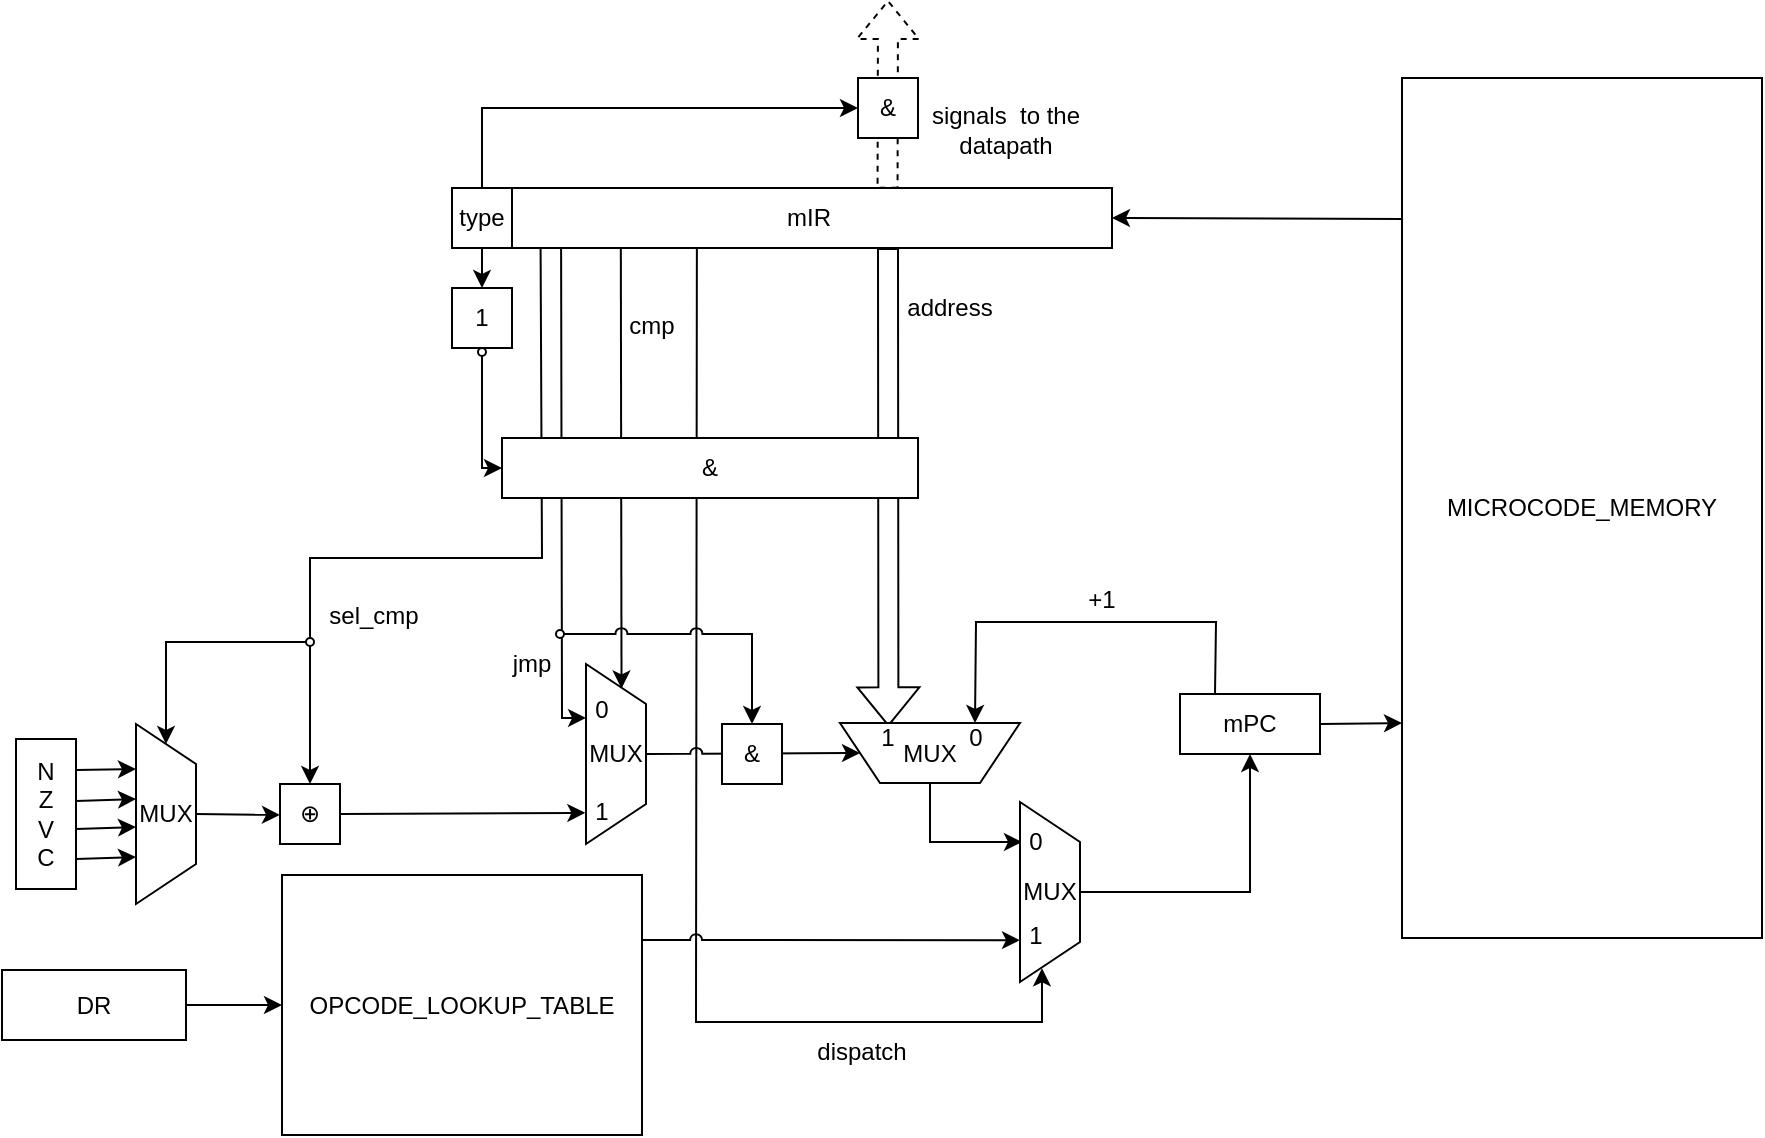
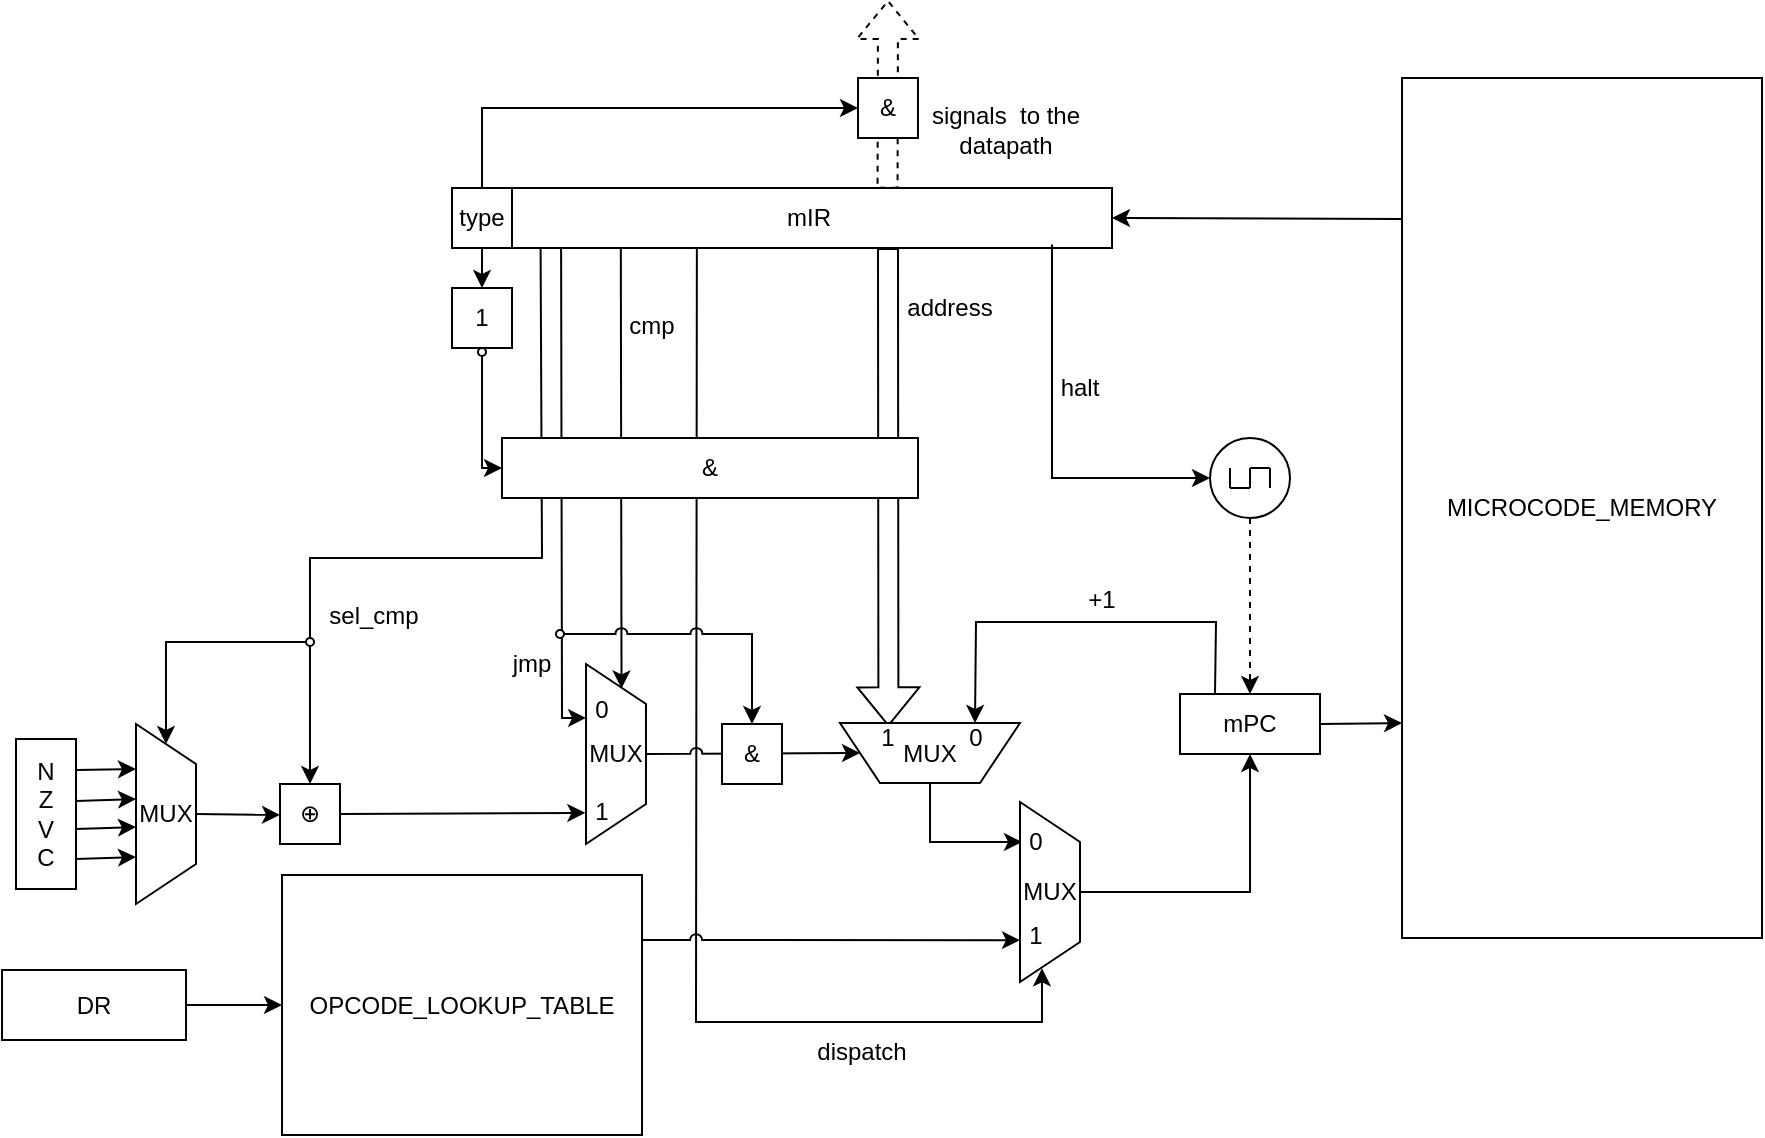
<mxfile host="Electron" agent="Mozilla/5.0 (X11; Linux x86_64) AppleWebKit/537.36 (KHTML, like Gecko) Chrome/136.0.0.0 Safari/537.36">
  <diagram name="Страница — 1" id="IUHHUsOvhiQDS1XtrzDv">
-     <mxGraphModel dx="2683" dy="2284" grid="1" gridSize="10" guides="1" tooltips="1" connect="1" arrows="1" fold="1" page="1" pageScale="1" pageWidth="827" pageHeight="1169" math="0" shadow="0">
+     <mxGraphModel dx="1898" dy="1812" grid="1" gridSize="10" guides="1" tooltips="1" connect="1" arrows="1" fold="1" page="1" pageScale="1" pageWidth="827" pageHeight="1169" math="0" shadow="0">
      <root>
        <mxCell id="0" />
        <mxCell id="1" parent="0" />
        <mxCell id="UMDEijwKjBP0KrCOsV-c-69" edge="1" parent="1" style="endArrow=classic;html=1;rounded=0;entryX=0.102;entryY=0.649;entryDx=0;entryDy=0;entryPerimeter=0;exitX=0.137;exitY=1.015;exitDx=0;exitDy=0;exitPerimeter=0;" target="UMDEijwKjBP0KrCOsV-c-86" value="">
          <mxGeometry height="50" relative="1" width="50" as="geometry">
            <Array as="points">
              <mxPoint x="80" y="-750" />
            </Array>
            <mxPoint x="79.55236999999966" y="-984.5500000000001" as="sourcePoint" />
            <mxPoint x="84" y="-864.5" as="targetPoint" />
          </mxGeometry>
        </mxCell>
        <mxCell id="UMDEijwKjBP0KrCOsV-c-75" edge="1" parent="1" source="UMDEijwKjBP0KrCOsV-c-3" style="endArrow=classic;html=1;rounded=0;exitX=0.315;exitY=0.965;exitDx=0;exitDy=0;exitPerimeter=0;entryX=0.649;entryY=1.038;entryDx=0;entryDy=0;entryPerimeter=0;" target="UMDEijwKjBP0KrCOsV-c-89" value="">
          <mxGeometry height="50" relative="1" width="50" as="geometry">
            <Array as="points">
              <mxPoint x="147" y="-598" />
              <mxPoint x="320" y="-598" />
            </Array>
            <mxPoint x="146.98329999999987" y="-803" as="sourcePoint" />
            <mxPoint x="322.0000000000002" y="-559.08" as="targetPoint" />
          </mxGeometry>
        </mxCell>
        <mxCell id="UMDEijwKjBP0KrCOsV-c-66" edge="1" parent="1" style="endArrow=classic;html=1;rounded=0;exitX=0.091;exitY=1.013;exitDx=0;exitDy=0;exitPerimeter=0;entryX=0.5;entryY=0;entryDx=0;entryDy=0;movable=1;resizable=1;rotatable=1;deletable=1;editable=1;locked=0;connectable=1;" target="UMDEijwKjBP0KrCOsV-c-55" value="">
          <mxGeometry height="50" relative="1" width="50" as="geometry">
            <Array as="points">
              <mxPoint x="70" y="-830" />
              <mxPoint x="-46" y="-830" />
            </Array>
            <mxPoint x="69.29390999999987" y="-984.61" as="sourcePoint" />
            <mxPoint x="119" y="-910" as="targetPoint" />
          </mxGeometry>
        </mxCell>
        <mxCell id="UMDEijwKjBP0KrCOsV-c-38" edge="1" parent="1" style="endArrow=classic;html=1;rounded=0;exitX=0.105;exitY=0.998;exitDx=0;exitDy=0;exitPerimeter=0;entryX=0.136;entryY=0.408;entryDx=0;entryDy=0;entryPerimeter=0;" target="UMDEijwKjBP0KrCOsV-c-52" value="">
          <mxGeometry height="50" relative="1" width="50" as="geometry">
            <mxPoint x="109.41604999999981" y="-985.06" as="sourcePoint" />
            <mxPoint x="109" y="-890" as="targetPoint" />
          </mxGeometry>
        </mxCell>
        <mxCell id="UMDEijwKjBP0KrCOsV-c-1" parent="1" style="whiteSpace=wrap;html=1;" value="mPC" vertex="1">
          <mxGeometry height="30" width="70" x="389" y="-762" as="geometry" />
        </mxCell>
        <mxCell id="UMDEijwKjBP0KrCOsV-c-2" parent="1" style="rounded=0;whiteSpace=wrap;html=1;" value="MICROCODE_MEMORY" vertex="1">
          <mxGeometry height="430" width="180" x="500" y="-1070" as="geometry" />
        </mxCell>
        <mxCell id="UMDEijwKjBP0KrCOsV-c-3" parent="1" style="whiteSpace=wrap;html=1;" value="mIR" vertex="1">
          <mxGeometry height="30" width="303.01" x="51.99" y="-1015" as="geometry" />
        </mxCell>
        <mxCell id="UMDEijwKjBP0KrCOsV-c-4" edge="1" parent="1" source="UMDEijwKjBP0KrCOsV-c-2" style="endArrow=classic;html=1;rounded=0;exitX=0.003;exitY=0.164;exitDx=0;exitDy=0;entryX=1;entryY=0.5;entryDx=0;entryDy=0;exitPerimeter=0;" target="UMDEijwKjBP0KrCOsV-c-3" value="">
          <mxGeometry height="50" relative="1" width="50" as="geometry">
            <mxPoint x="410" y="-950" as="sourcePoint" />
            <mxPoint x="460" y="-1000" as="targetPoint" />
          </mxGeometry>
        </mxCell>
        <mxCell id="UMDEijwKjBP0KrCOsV-c-5" edge="1" parent="1" source="UMDEijwKjBP0KrCOsV-c-1" style="endArrow=classic;html=1;rounded=0;exitX=1;exitY=0.5;exitDx=0;exitDy=0;entryX=0;entryY=0.75;entryDx=0;entryDy=0;" target="UMDEijwKjBP0KrCOsV-c-2" value="">
          <mxGeometry height="50" relative="1" width="50" as="geometry">
            <mxPoint x="350" y="-840" as="sourcePoint" />
            <mxPoint x="400" y="-890" as="targetPoint" />
          </mxGeometry>
        </mxCell>
        <mxCell id="UMDEijwKjBP0KrCOsV-c-7" edge="1" parent="1" style="shape=flexArrow;endArrow=classic;html=1;rounded=0;exitX=0.842;exitY=0.011;exitDx=0;exitDy=0;dashed=1;exitPerimeter=0;" value="">
          <mxGeometry height="50" relative="1" width="50" as="geometry">
            <mxPoint x="242.7744200000002" y="-1014.6700000000001" as="sourcePoint" />
            <mxPoint x="243" y="-1109" as="targetPoint" />
          </mxGeometry>
        </mxCell>
        <mxCell id="UMDEijwKjBP0KrCOsV-c-8" parent="1" style="text;html=1;whiteSpace=wrap;strokeColor=none;fillColor=none;align=center;verticalAlign=middle;rounded=0;" value="signals&amp;nbsp; to the datapath" vertex="1">
          <mxGeometry height="30" width="106" x="249" y="-1059" as="geometry" />
        </mxCell>
        <mxCell id="UMDEijwKjBP0KrCOsV-c-21" parent="1" style="whiteSpace=wrap;html=1;" value="type" vertex="1">
          <mxGeometry height="30" width="30" x="25" y="-1015" as="geometry" />
        </mxCell>
        <mxCell id="UMDEijwKjBP0KrCOsV-c-22" edge="1" parent="1" source="UMDEijwKjBP0KrCOsV-c-21" style="endArrow=classic;html=1;rounded=0;exitX=0.5;exitY=1;exitDx=0;exitDy=0;entryX=0.5;entryY=0;entryDx=0;entryDy=0;" target="UMDEijwKjBP0KrCOsV-c-28" value="">
          <mxGeometry height="50" relative="1" width="50" as="geometry">
            <mxPoint x="-42" y="-985" as="sourcePoint" />
            <mxPoint x="40" y="-950" as="targetPoint" />
          </mxGeometry>
        </mxCell>
        <mxCell id="UMDEijwKjBP0KrCOsV-c-24" parent="1" style="whiteSpace=wrap;html=1;" value="&amp;amp;" vertex="1">
          <mxGeometry height="30" width="30" x="228" y="-1070" as="geometry" />
        </mxCell>
        <mxCell id="UMDEijwKjBP0KrCOsV-c-25" edge="1" parent="1" source="UMDEijwKjBP0KrCOsV-c-21" style="endArrow=classic;html=1;rounded=0;exitX=0.5;exitY=0;exitDx=0;exitDy=0;entryX=0;entryY=0.5;entryDx=0;entryDy=0;" target="UMDEijwKjBP0KrCOsV-c-24" value="">
          <mxGeometry height="50" relative="1" width="50" as="geometry">
            <Array as="points">
              <mxPoint x="40" y="-1055" />
            </Array>
            <mxPoint x="260" y="-1030" as="sourcePoint" />
            <mxPoint x="260" y="-985" as="targetPoint" />
          </mxGeometry>
        </mxCell>
        <mxCell id="UMDEijwKjBP0KrCOsV-c-30" connectable="0" parent="1" style="group" value="" vertex="1">
          <mxGeometry height="34" width="30" x="25" y="-965" as="geometry" />
        </mxCell>
        <mxCell id="UMDEijwKjBP0KrCOsV-c-28" parent="UMDEijwKjBP0KrCOsV-c-30" style="whiteSpace=wrap;html=1;" value="1" vertex="1">
          <mxGeometry height="30" width="30" as="geometry" />
        </mxCell>
        <mxCell id="UMDEijwKjBP0KrCOsV-c-29" parent="UMDEijwKjBP0KrCOsV-c-30" style="ellipse;whiteSpace=wrap;html=1;aspect=fixed;fillColor=none;" value="" vertex="1">
          <mxGeometry height="4" width="4" x="13" y="30" as="geometry" />
        </mxCell>
        <mxCell id="UMDEijwKjBP0KrCOsV-c-32" parent="1" style="rounded=0;whiteSpace=wrap;html=1;direction=south;" value="N&lt;br&gt;Z&lt;br&gt;V&lt;br&gt;C" vertex="1">
          <mxGeometry height="75" width="30" x="-193" y="-739.5" as="geometry" />
        </mxCell>
        <mxCell id="UMDEijwKjBP0KrCOsV-c-35" edge="1" parent="1" style="shape=flexArrow;endArrow=classic;html=1;rounded=0;entryX=0.731;entryY=0.944;entryDx=0;entryDy=0;entryPerimeter=0;" target="UMDEijwKjBP0KrCOsV-c-46" value="">
          <mxGeometry height="50" relative="1" width="50" as="geometry">
            <mxPoint x="243" y="-985" as="sourcePoint" />
            <mxPoint x="243" y="-860" as="targetPoint" />
          </mxGeometry>
        </mxCell>
        <mxCell id="UMDEijwKjBP0KrCOsV-c-26" parent="1" style="whiteSpace=wrap;html=1;" value="&amp;amp;" vertex="1">
          <mxGeometry height="30" width="208.01" x="50" y="-890" as="geometry" />
        </mxCell>
        <mxCell id="UMDEijwKjBP0KrCOsV-c-40" parent="1" style="shape=trapezoid;perimeter=trapezoidPerimeter;whiteSpace=wrap;html=1;fixedSize=1;direction=east;rotation=90;horizontal=0;" value="MUX" vertex="1">
          <mxGeometry height="30" width="90" x="-163" y="-717" as="geometry" />
        </mxCell>
        <mxCell id="UMDEijwKjBP0KrCOsV-c-41" edge="1" parent="1" source="UMDEijwKjBP0KrCOsV-c-32" style="endArrow=classic;html=1;rounded=0;exitX=0.207;exitY=-0.001;exitDx=0;exitDy=0;exitPerimeter=0;entryX=0.25;entryY=1;entryDx=0;entryDy=0;" target="UMDEijwKjBP0KrCOsV-c-40" value="">
          <mxGeometry height="50" relative="1" width="50" as="geometry">
            <mxPoint x="-23" y="-589.5" as="sourcePoint" />
            <mxPoint x="27" y="-639.5" as="targetPoint" />
          </mxGeometry>
        </mxCell>
        <mxCell id="UMDEijwKjBP0KrCOsV-c-42" edge="1" parent="1" style="endArrow=classic;html=1;rounded=0;exitX=0.207;exitY=-0.001;exitDx=0;exitDy=0;exitPerimeter=0;entryX=0.25;entryY=1;entryDx=0;entryDy=0;" value="">
          <mxGeometry height="50" relative="1" width="50" as="geometry">
            <mxPoint x="-163" y="-708.5" as="sourcePoint" />
            <mxPoint x="-133" y="-709.5" as="targetPoint" />
          </mxGeometry>
        </mxCell>
        <mxCell id="UMDEijwKjBP0KrCOsV-c-43" edge="1" parent="1" style="endArrow=classic;html=1;rounded=0;exitX=0.207;exitY=-0.001;exitDx=0;exitDy=0;exitPerimeter=0;entryX=0.25;entryY=1;entryDx=0;entryDy=0;" value="">
          <mxGeometry height="50" relative="1" width="50" as="geometry">
            <mxPoint x="-163" y="-694.5" as="sourcePoint" />
            <mxPoint x="-133" y="-695.5" as="targetPoint" />
          </mxGeometry>
        </mxCell>
        <mxCell id="UMDEijwKjBP0KrCOsV-c-44" edge="1" parent="1" style="endArrow=classic;html=1;rounded=0;exitX=0.207;exitY=-0.001;exitDx=0;exitDy=0;exitPerimeter=0;entryX=0.25;entryY=1;entryDx=0;entryDy=0;" value="">
          <mxGeometry height="50" relative="1" width="50" as="geometry">
            <mxPoint x="-163" y="-679.5" as="sourcePoint" />
            <mxPoint x="-133" y="-680.5" as="targetPoint" />
          </mxGeometry>
        </mxCell>
        <mxCell id="UMDEijwKjBP0KrCOsV-c-45" edge="1" parent="1" source="UMDEijwKjBP0KrCOsV-c-40" style="endArrow=classic;html=1;rounded=0;exitX=0.5;exitY=0;exitDx=0;exitDy=0;" value="">
          <mxGeometry height="50" relative="1" width="50" as="geometry">
            <mxPoint x="-41" y="-697.5" as="sourcePoint" />
            <mxPoint x="-61" y="-701.5" as="targetPoint" />
          </mxGeometry>
        </mxCell>
        <mxCell id="UMDEijwKjBP0KrCOsV-c-46" parent="1" style="shape=trapezoid;perimeter=trapezoidPerimeter;whiteSpace=wrap;html=1;fixedSize=1;direction=south;rotation=90;horizontal=0;" value="MUX" vertex="1">
          <mxGeometry height="90" width="30" x="249" y="-777.5" as="geometry" />
        </mxCell>
        <mxCell id="UMDEijwKjBP0KrCOsV-c-48" edge="1" parent="1" source="UMDEijwKjBP0KrCOsV-c-1" style="endArrow=classic;html=1;rounded=0;entryX=0.25;entryY=1;entryDx=0;entryDy=0;exitX=0.25;exitY=0;exitDx=0;exitDy=0;" target="UMDEijwKjBP0KrCOsV-c-46" value="">
          <mxGeometry height="50" relative="1" width="50" as="geometry">
            <Array as="points">
              <mxPoint x="407" y="-798" />
              <mxPoint x="287" y="-798" />
            </Array>
            <mxPoint x="287" y="-788" as="sourcePoint" />
            <mxPoint x="280" y="-788" as="targetPoint" />
          </mxGeometry>
        </mxCell>
        <mxCell id="UMDEijwKjBP0KrCOsV-c-50" parent="1" style="text;html=1;whiteSpace=wrap;strokeColor=none;fillColor=none;align=center;verticalAlign=middle;rounded=0;" value="+1" vertex="1">
          <mxGeometry height="30" width="60" x="320" y="-824" as="geometry" />
        </mxCell>
        <mxCell id="UMDEijwKjBP0KrCOsV-c-51" edge="1" parent="1" source="UMDEijwKjBP0KrCOsV-c-46" style="endArrow=classic;html=1;rounded=0;exitX=0.5;exitY=0;exitDx=0;exitDy=0;" value="">
          <mxGeometry height="50" relative="1" width="50" as="geometry">
            <Array as="points">
              <mxPoint x="264" y="-688" />
            </Array>
            <mxPoint x="280" y="-758" as="sourcePoint" />
            <mxPoint x="310" y="-688" as="targetPoint" />
          </mxGeometry>
        </mxCell>
        <mxCell id="UMDEijwKjBP0KrCOsV-c-52" parent="1" style="shape=trapezoid;perimeter=trapezoidPerimeter;whiteSpace=wrap;html=1;fixedSize=1;direction=east;rotation=90;horizontal=0;" value="MUX" vertex="1">
          <mxGeometry height="30" width="90" x="62" y="-747" as="geometry" />
        </mxCell>
        <mxCell id="UMDEijwKjBP0KrCOsV-c-61" edge="1" parent="1" source="UMDEijwKjBP0KrCOsV-c-55" style="endArrow=classic;html=1;rounded=0;exitX=1;exitY=0.5;exitDx=0;exitDy=0;entryX=0.827;entryY=1.011;entryDx=0;entryDy=0;entryPerimeter=0;movable=1;resizable=1;rotatable=1;deletable=1;editable=1;locked=0;connectable=1;" target="UMDEijwKjBP0KrCOsV-c-52" value="">
          <mxGeometry height="50" relative="1" width="50" as="geometry">
            <mxPoint x="-26.999999999965667" y="-702" as="sourcePoint" />
            <mxPoint x="75.36999999999989" y="-702.23" as="targetPoint" />
          </mxGeometry>
        </mxCell>
        <mxCell id="UMDEijwKjBP0KrCOsV-c-62" parent="1" style="ellipse;whiteSpace=wrap;html=1;aspect=fixed;fillColor=light-dark(#FFFFFF,#FFFFFF);" value="" vertex="1">
          <mxGeometry height="4" width="4" x="-48" y="-790" as="geometry" />
        </mxCell>
        <mxCell id="UMDEijwKjBP0KrCOsV-c-64" edge="1" parent="1" source="UMDEijwKjBP0KrCOsV-c-62" style="endArrow=classic;html=1;rounded=0;exitX=0;exitY=0.5;exitDx=0;exitDy=0;entryX=0;entryY=0.5;entryDx=0;entryDy=0;" target="UMDEijwKjBP0KrCOsV-c-40" value="">
          <mxGeometry height="50" relative="1" width="50" as="geometry">
            <Array as="points">
              <mxPoint x="-118" y="-788" />
            </Array>
            <mxPoint x="-33" y="-804" as="sourcePoint" />
            <mxPoint x="-93" y="-791" as="targetPoint" />
          </mxGeometry>
        </mxCell>
        <mxCell id="UMDEijwKjBP0KrCOsV-c-65" edge="1" parent="1" source="UMDEijwKjBP0KrCOsV-c-52" style="endArrow=classic;html=1;rounded=0;entryX=1;entryY=0.5;entryDx=0;entryDy=0;exitX=0.5;exitY=0;exitDx=0;exitDy=0;jumpStyle=arc;" target="UMDEijwKjBP0KrCOsV-c-46" value="">
          <mxGeometry height="50" relative="1" width="50" as="geometry">
            <mxPoint x="120" y="-738" as="sourcePoint" />
            <mxPoint x="170" y="-788" as="targetPoint" />
          </mxGeometry>
        </mxCell>
        <mxCell id="UMDEijwKjBP0KrCOsV-c-71" parent="1" style="text;html=1;whiteSpace=wrap;strokeColor=none;fillColor=none;align=center;verticalAlign=middle;rounded=0;" value="jmp" vertex="1">
          <mxGeometry height="30" width="60" x="35" y="-792" as="geometry" />
        </mxCell>
        <mxCell id="UMDEijwKjBP0KrCOsV-c-72" parent="1" style="text;html=1;whiteSpace=wrap;strokeColor=none;fillColor=none;align=center;verticalAlign=middle;rounded=0;" value="sel_cmp" vertex="1">
          <mxGeometry height="30" width="60" x="-44" y="-816" as="geometry" />
        </mxCell>
        <mxCell id="UMDEijwKjBP0KrCOsV-c-73" parent="1" style="text;html=1;whiteSpace=wrap;strokeColor=none;fillColor=none;align=center;verticalAlign=middle;rounded=0;" value="address" vertex="1">
          <mxGeometry height="30" width="60" x="244" y="-970" as="geometry" />
        </mxCell>
        <mxCell id="UMDEijwKjBP0KrCOsV-c-74" parent="1" style="rounded=0;whiteSpace=wrap;html=1;" value="OPCODE_LOOKUP_TABLE" vertex="1">
          <mxGeometry height="130" width="180" x="-60" y="-671.5" as="geometry" />
        </mxCell>
        <mxCell id="UMDEijwKjBP0KrCOsV-c-76" parent="1" style="text;html=1;whiteSpace=wrap;strokeColor=none;fillColor=none;align=center;verticalAlign=middle;rounded=0;" value="&lt;div&gt;dispatch&lt;/div&gt;" vertex="1">
          <mxGeometry height="30" width="60" x="200" y="-598" as="geometry" />
        </mxCell>
        <mxCell id="UMDEijwKjBP0KrCOsV-c-77" parent="1" style="shape=trapezoid;perimeter=trapezoidPerimeter;whiteSpace=wrap;html=1;fixedSize=1;direction=east;rotation=90;horizontal=0;" value="MUX" vertex="1">
          <mxGeometry height="30" width="90" x="279" y="-678" as="geometry" />
        </mxCell>
        <mxCell id="UMDEijwKjBP0KrCOsV-c-78" edge="1" parent="1" source="UMDEijwKjBP0KrCOsV-c-74" style="endArrow=classic;html=1;rounded=0;exitX=1;exitY=0.25;exitDx=0;exitDy=0;jumpStyle=arc;entryX=0.099;entryY=0.569;entryDx=0;entryDy=0;entryPerimeter=0;" target="UMDEijwKjBP0KrCOsV-c-89" value="">
          <mxGeometry height="50" relative="1" width="50" as="geometry">
            <mxPoint x="120" y="-628" as="sourcePoint" />
            <mxPoint x="290" y="-639" as="targetPoint" />
          </mxGeometry>
        </mxCell>
        <mxCell id="UMDEijwKjBP0KrCOsV-c-79" edge="1" parent="1" source="UMDEijwKjBP0KrCOsV-c-80" style="endArrow=classic;html=1;rounded=0;entryX=0;entryY=0.5;entryDx=0;entryDy=0;exitX=1;exitY=0.5;exitDx=0;exitDy=0;" target="UMDEijwKjBP0KrCOsV-c-74" value="">
          <mxGeometry height="50" relative="1" width="50" as="geometry">
            <mxPoint x="-200" y="-606" as="sourcePoint" />
            <mxPoint x="10" y="-648" as="targetPoint" />
          </mxGeometry>
        </mxCell>
        <mxCell id="UMDEijwKjBP0KrCOsV-c-80" parent="1" style="rounded=0;whiteSpace=wrap;html=1;" value="DR" vertex="1">
          <mxGeometry height="35" width="92" x="-200" y="-624" as="geometry" />
        </mxCell>
        <mxCell id="UMDEijwKjBP0KrCOsV-c-81" edge="1" parent="1" source="UMDEijwKjBP0KrCOsV-c-77" style="endArrow=classic;html=1;rounded=0;entryX=0.5;entryY=1;entryDx=0;entryDy=0;exitX=0.5;exitY=0;exitDx=0;exitDy=0;" target="UMDEijwKjBP0KrCOsV-c-1" value="">
          <mxGeometry height="50" relative="1" width="50" as="geometry">
            <Array as="points">
              <mxPoint x="424" y="-663" />
            </Array>
            <mxPoint x="310" y="-528" as="sourcePoint" />
            <mxPoint x="360" y="-578" as="targetPoint" />
          </mxGeometry>
        </mxCell>
        <mxCell id="UMDEijwKjBP0KrCOsV-c-83" parent="1" style="text;html=1;whiteSpace=wrap;strokeColor=none;fillColor=none;align=center;verticalAlign=middle;rounded=0;" value="1" vertex="1">
          <mxGeometry height="30" width="20" x="90" y="-718" as="geometry" />
        </mxCell>
        <mxCell id="UMDEijwKjBP0KrCOsV-c-84" parent="1" style="text;html=1;whiteSpace=wrap;strokeColor=none;fillColor=none;align=center;verticalAlign=middle;rounded=0;" value="cmp" vertex="1">
          <mxGeometry height="30" width="60" x="95" y="-961" as="geometry" />
        </mxCell>
        <mxCell id="UMDEijwKjBP0KrCOsV-c-86" parent="1" style="text;html=1;whiteSpace=wrap;strokeColor=none;fillColor=none;align=center;verticalAlign=middle;rounded=0;" value="0" vertex="1">
          <mxGeometry height="30" width="20" x="90" y="-769.5" as="geometry" />
        </mxCell>
        <mxCell id="UMDEijwKjBP0KrCOsV-c-87" parent="1" style="text;html=1;whiteSpace=wrap;strokeColor=none;fillColor=none;align=center;verticalAlign=middle;rounded=0;" value="0" vertex="1">
          <mxGeometry height="16" width="20" x="277" y="-748" as="geometry" />
        </mxCell>
        <mxCell id="UMDEijwKjBP0KrCOsV-c-88" parent="1" style="text;html=1;whiteSpace=wrap;strokeColor=none;fillColor=none;align=center;verticalAlign=middle;rounded=0;" value="1" vertex="1">
          <mxGeometry height="16" width="20" x="233.01" y="-748" as="geometry" />
        </mxCell>
        <mxCell id="UMDEijwKjBP0KrCOsV-c-89" parent="1" style="text;html=1;whiteSpace=wrap;strokeColor=none;fillColor=none;align=center;verticalAlign=middle;rounded=0;" value="1" vertex="1">
          <mxGeometry height="30" width="20" x="307.01" y="-656" as="geometry" />
        </mxCell>
        <mxCell id="UMDEijwKjBP0KrCOsV-c-90" parent="1" style="text;html=1;whiteSpace=wrap;strokeColor=none;fillColor=none;align=center;verticalAlign=middle;rounded=0;" value="0" vertex="1">
          <mxGeometry height="30" width="20" x="307" y="-703" as="geometry" />
        </mxCell>
        <mxCell id="UMDEijwKjBP0KrCOsV-c-54" connectable="0" parent="1" style="group;direction=east;" value="" vertex="1">
          <mxGeometry height="34" width="30" x="-61" y="-717" as="geometry" />
        </mxCell>
        <mxCell id="UMDEijwKjBP0KrCOsV-c-55" parent="UMDEijwKjBP0KrCOsV-c-54" style="whiteSpace=wrap;html=1;" value="⊕" vertex="1">
          <mxGeometry height="30" width="30" as="geometry" />
        </mxCell>
        <mxCell id="h1i_srdHn8sbLIJ9QBDX-2" parent="1" style="whiteSpace=wrap;html=1;" value="&amp;amp;" vertex="1">
          <mxGeometry height="30" width="30" x="160" y="-747" as="geometry" />
        </mxCell>
        <mxCell id="h1i_srdHn8sbLIJ9QBDX-3" parent="1" style="ellipse;whiteSpace=wrap;html=1;aspect=fixed;fillColor=light-dark(#FFFFFF,#FFFFFF);" value="" vertex="1">
          <mxGeometry height="4" width="4" x="77" y="-794" as="geometry" />
        </mxCell>
        <mxCell id="h1i_srdHn8sbLIJ9QBDX-4" edge="1" parent="1" source="h1i_srdHn8sbLIJ9QBDX-3" style="endArrow=classic;html=1;rounded=0;exitX=1;exitY=0.5;exitDx=0;exitDy=0;entryX=0.5;entryY=0;entryDx=0;entryDy=0;jumpStyle=arc;" target="h1i_srdHn8sbLIJ9QBDX-2" value="">
          <mxGeometry height="50" relative="1" width="50" as="geometry">
            <Array as="points">
              <mxPoint x="175" y="-792" />
            </Array>
            <mxPoint x="90" y="-778" as="sourcePoint" />
            <mxPoint x="140" y="-828" as="targetPoint" />
          </mxGeometry>
        </mxCell>
        <mxCell id="9kTKnAVGMfVhTfJ6sCg0-2" edge="1" parent="1" source="UMDEijwKjBP0KrCOsV-c-29" style="endArrow=classic;html=1;rounded=0;exitX=0.5;exitY=1;exitDx=0;exitDy=0;entryX=0;entryY=0.5;entryDx=0;entryDy=0;" target="UMDEijwKjBP0KrCOsV-c-26" value="">
          <mxGeometry height="50" relative="1" width="50" as="geometry">
            <Array as="points">
              <mxPoint x="40" y="-875" />
            </Array>
            <mxPoint y="-920" as="sourcePoint" />
            <mxPoint x="40" y="-900" as="targetPoint" />
          </mxGeometry>
        </mxCell>
+         <mxCell id="YCOcEUm0ce8C5M1Z1cSw-10" connectable="0" parent="1" style="group" value="" vertex="1">
+           <mxGeometry height="40" width="40" x="404" y="-890" as="geometry" />
+         </mxCell>
+         <mxCell id="YCOcEUm0ce8C5M1Z1cSw-9" parent="YCOcEUm0ce8C5M1Z1cSw-10" style="ellipse;whiteSpace=wrap;html=1;aspect=fixed;" value="" vertex="1">
+           <mxGeometry height="40" width="40" as="geometry" />
+         </mxCell>
+         <mxCell id="YCOcEUm0ce8C5M1Z1cSw-8" connectable="0" parent="YCOcEUm0ce8C5M1Z1cSw-10" style="group" value="" vertex="1">
+           <mxGeometry height="10" width="20" x="10" y="15" as="geometry" />
+         </mxCell>
+         <mxCell id="YCOcEUm0ce8C5M1Z1cSw-2" edge="1" parent="YCOcEUm0ce8C5M1Z1cSw-8" style="endArrow=none;html=1;rounded=0;" value="">
+           <mxGeometry height="50" relative="1" width="50" as="geometry">
+             <mxPoint as="sourcePoint" />
+             <mxPoint y="10" as="targetPoint" />
+           </mxGeometry>
+         </mxCell>
+         <mxCell id="YCOcEUm0ce8C5M1Z1cSw-3" edge="1" parent="YCOcEUm0ce8C5M1Z1cSw-8" style="endArrow=none;html=1;rounded=0;" value="">
+           <mxGeometry height="50" relative="1" width="50" as="geometry">
+             <mxPoint y="10" as="sourcePoint" />
+             <mxPoint x="10" y="10" as="targetPoint" />
+           </mxGeometry>
+         </mxCell>
+         <mxCell id="YCOcEUm0ce8C5M1Z1cSw-4" edge="1" parent="YCOcEUm0ce8C5M1Z1cSw-8" style="endArrow=none;html=1;rounded=0;" value="">
+           <mxGeometry height="50" relative="1" width="50" as="geometry">
+             <mxPoint x="10" as="sourcePoint" />
+             <mxPoint x="10" y="10" as="targetPoint" />
+           </mxGeometry>
+         </mxCell>
+         <mxCell id="YCOcEUm0ce8C5M1Z1cSw-6" edge="1" parent="YCOcEUm0ce8C5M1Z1cSw-8" style="endArrow=none;html=1;rounded=0;" value="">
+           <mxGeometry height="50" relative="1" width="50" as="geometry">
+             <mxPoint x="10" as="sourcePoint" />
+             <mxPoint x="20" as="targetPoint" />
+           </mxGeometry>
+         </mxCell>
+         <mxCell id="YCOcEUm0ce8C5M1Z1cSw-7" edge="1" parent="YCOcEUm0ce8C5M1Z1cSw-8" style="endArrow=none;html=1;rounded=0;" value="">
+           <mxGeometry height="50" relative="1" width="50" as="geometry">
+             <mxPoint x="20" as="sourcePoint" />
+             <mxPoint x="20" y="10" as="targetPoint" />
+           </mxGeometry>
+         </mxCell>
+         <mxCell id="YCOcEUm0ce8C5M1Z1cSw-11" edge="1" parent="1" source="YCOcEUm0ce8C5M1Z1cSw-9" style="endArrow=classic;html=1;rounded=0;exitX=0.5;exitY=1;exitDx=0;exitDy=0;entryX=0.5;entryY=0;entryDx=0;entryDy=0;dashed=1;" target="UMDEijwKjBP0KrCOsV-c-1" value="">
+           <mxGeometry height="50" relative="1" width="50" as="geometry">
+             <mxPoint x="330" y="-840" as="sourcePoint" />
+             <mxPoint x="380" y="-890" as="targetPoint" />
+           </mxGeometry>
+         </mxCell>
+         <mxCell id="YCOcEUm0ce8C5M1Z1cSw-12" edge="1" parent="1" source="UMDEijwKjBP0KrCOsV-c-3" style="endArrow=classic;html=1;rounded=0;exitX=0.901;exitY=0.942;exitDx=0;exitDy=0;exitPerimeter=0;entryX=0;entryY=0.5;entryDx=0;entryDy=0;" target="YCOcEUm0ce8C5M1Z1cSw-9" value="">
+           <mxGeometry height="50" relative="1" width="50" as="geometry">
+             <Array as="points">
+               <mxPoint x="325" y="-870" />
+             </Array>
+             <mxPoint x="330" y="-840" as="sourcePoint" />
+             <mxPoint x="380" y="-890" as="targetPoint" />
+           </mxGeometry>
+         </mxCell>
+         <mxCell id="YCOcEUm0ce8C5M1Z1cSw-13" parent="1" style="text;html=1;whiteSpace=wrap;strokeColor=none;fillColor=none;align=center;verticalAlign=middle;rounded=0;" value="halt" vertex="1">
+           <mxGeometry height="30" width="60" x="309" y="-930" as="geometry" />
+         </mxCell>
      </root>
    </mxGraphModel>
  </diagram>
</mxfile>
